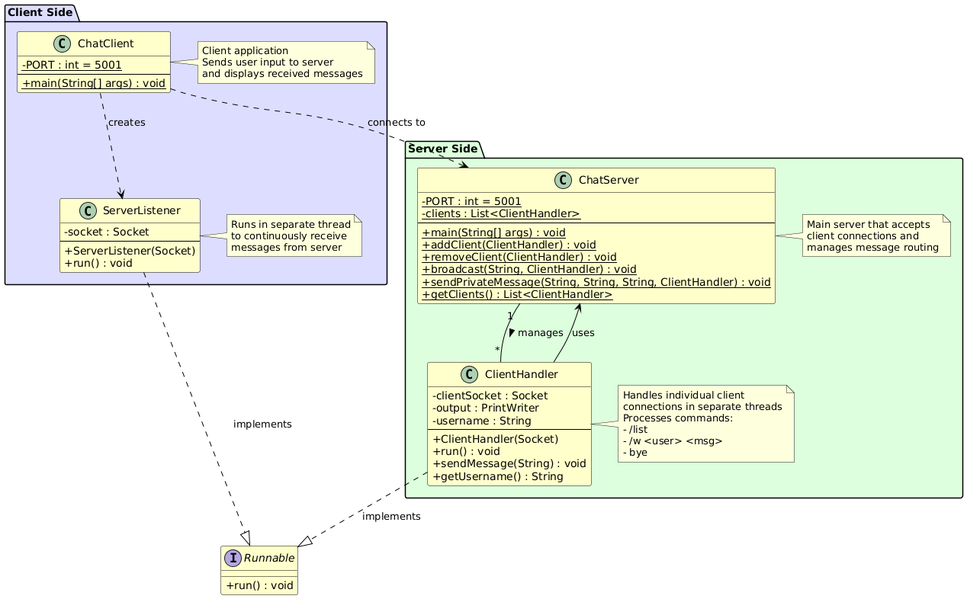
Earlier version of the PlantUML export diagrams/ChatSystem Class Diagram.png (OmarElmelegy/ChatUp).
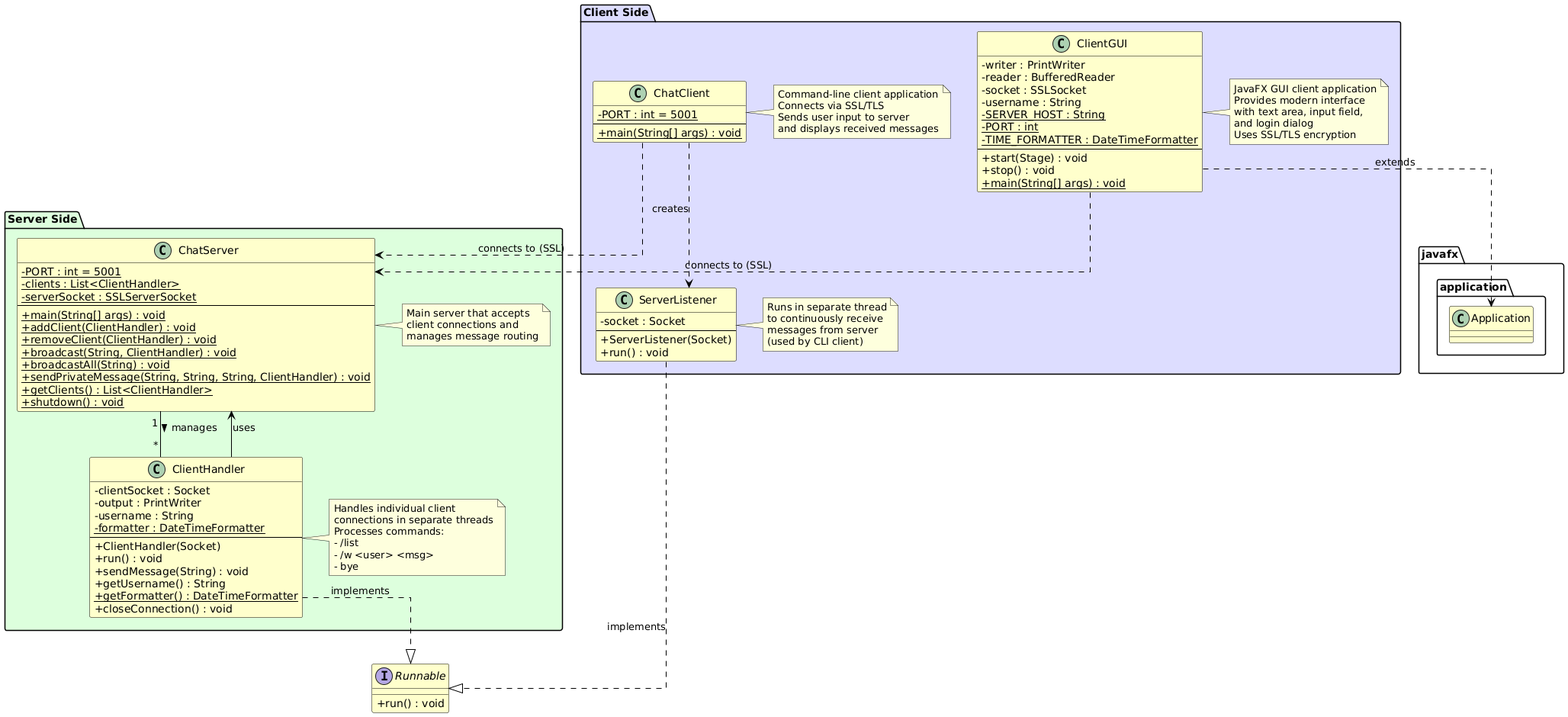
The same file after the commit.

What changed in the source:
```diff
@@ -3,6 +3,7 @@
 skinparam classAttributeIconSize 0
 skinparam shadowing false
 skinparam backgroundColor #FFFFFF
+skinparam linetype ortho
 skinparam class {
     BackgroundColor #FFFFCC
     BorderColor #000000
@@ -17,24 +18,30 @@
     class ChatServer {
         {static} - PORT : int = 5001
         {static} - clients : List<ClientHandler>
+        {static} - serverSocket : SSLServerSocket
         --
         {static} + main(String[] args) : void
         {static} + addClient(ClientHandler) : void
         {static} + removeClient(ClientHandler) : void
         {static} + broadcast(String, ClientHandler) : void
+        {static} + broadcastAll(String) : void
         {static} + sendPrivateMessage(String, String, String, ClientHandler) : void
         {static} + getClients() : List<ClientHandler>
+        {static} + shutdown() : void
     }
 
     class ClientHandler {
         - clientSocket : Socket
         - output : PrintWriter
         - username : String
+        {static} - formatter : DateTimeFormatter
         --
         + ClientHandler(Socket)
         + run() : void
         + sendMessage(String) : void
         + getUsername() : String
+        {static} + getFormatter() : DateTimeFormatter
+        + closeConnection() : void
     }
 
     note right of ChatServer
@@ -60,6 +67,20 @@
         {static} + main(String[] args) : void
     }
 
+    class ClientGUI {
+        - writer : PrintWriter
+        - reader : BufferedReader
+        - socket : SSLSocket
+        - username : String
+        {static} - SERVER_HOST : String
+        {static} - PORT : int
+        {static} - TIME_FORMATTER : DateTimeFormatter
+        --
+        + start(Stage) : void
+        + stop() : void
+        {static} + main(String[] args) : void
+    }
+
     class ServerListener {
         - socket : Socket
         --
@@ -68,15 +89,25 @@
     }
 
     note right of ChatClient
-      Client application
+      Command-line client application
+      Connects via SSL/TLS
       Sends user input to server
       and displays received messages
+    end note
+
+    note right of ClientGUI
+      JavaFX GUI client application
+      Provides modern interface
+      with text area, input field,
+      and login dialog
+      Uses SSL/TLS encryption
     end note
 
     note right of ServerListener
       Runs in separate thread
       to continuously receive
       messages from server
+      (used by CLI client)
     end note
 }
 
@@ -85,8 +116,10 @@
 
 ChatClient ..> ServerListener : creates
 ServerListener ..|> Runnable : implements
+ClientGUI ..> javafx.application.Application : extends
 
-ChatClient ..> ChatServer : connects to
+ChatClient ..> ChatServer : connects to (SSL)
+ClientGUI ..> ChatServer : connects to (SSL)
 ClientHandler --> ChatServer : uses
 
 @enduml
```
